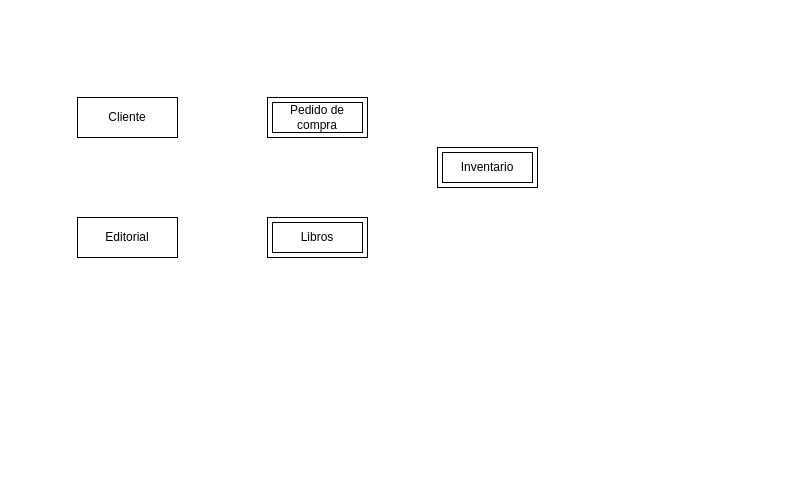
Earlier version of the draw.io diagram Modelo_club_libro.drawio (Daimond92/modelado-club-del-libro). Source tidied: cells renumbered, new cells numbered last; positions are measured from the earlier drawing's top-left corner, leaving out a move shared by most shapes. Both pictures are drawn from the tidied source at 100%, with x=0, y=0 at pixel (77, 97).
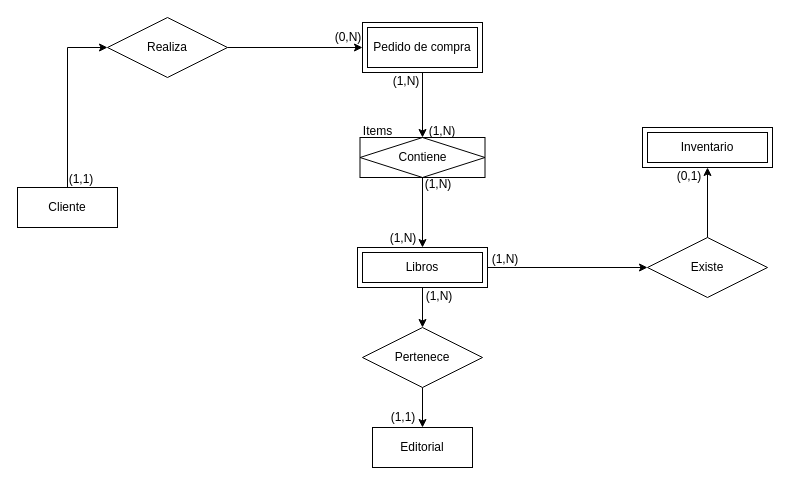
After the change.

Commit message:
Create relation entities

What changed in the source:
```diff
@@
+    <mxCell id="7" style="edgeStyle=orthogonalEdgeStyle;rounded=0;jettySize=auto;html=1;exitX=0.5;exitY=0;exitDx=0;exitDy=0;entryX=0;entryY=0.5;entryDx=0;entryDy=0;" parent="1" edge="1" source="2" target="12">
+      <mxGeometry relative="1" as="geometry" />
+    </mxCell>
     <mxCell id="2" value="Cliente" style="whiteSpace=wrap;html=1;align=center;" parent="1" vertex="1">
-      <mxGeometry width="100" height="40" as="geometry" />
+      <mxGeometry x="-60" y="90" width="100" height="40" as="geometry" />
     </mxCell>
+    <mxCell id="8" style="edgeStyle=orthogonalEdgeStyle;rounded=0;jettySize=auto;html=1;exitX=0.5;exitY=1;exitDx=0;exitDy=0;entryX=0.5;entryY=0;entryDx=0;entryDy=0;" parent="1" edge="1" source="3" target="26">
+      <mxGeometry relative="1" as="geometry" />
+    </mxCell>
     <mxCell id="3" value="Pedido de compra" style="shape=ext;margin=3;double=1;whiteSpace=wrap;html=1;align=center;" parent="1" vertex="1">
-      <mxGeometry x="190" width="100" height="40" as="geometry" />
+      <mxGeometry x="285" y="-75" width="120" height="50" as="geometry" />
     </mxCell>
     <mxCell id="4" value="Editorial" style="whiteSpace=wrap;html=1;align=center;" parent="1" vertex="1">
-      <mxGeometry y="120" width="100" height="40" as="geometry" />
+      <mxGeometry x="295" y="330" width="100" height="40" as="geometry" />
     </mxCell>
+    <mxCell id="9" style="edgeStyle=orthogonalEdgeStyle;rounded=0;jettySize=auto;html=1;exitX=0.5;exitY=1;exitDx=0;exitDy=0;entryX=0.5;entryY=0;entryDx=0;entryDy=0;" parent="1" edge="1" source="5" target="18">
+      <mxGeometry relative="1" as="geometry" />
+    </mxCell>
+    <mxCell id="10" style="edgeStyle=orthogonalEdgeStyle;rounded=0;jettySize=auto;html=1;exitX=1;exitY=0.5;exitDx=0;exitDy=0;entryX=0;entryY=0.5;entryDx=0;entryDy=0;" parent="1" edge="1" source="5" target="22">
+      <mxGeometry relative="1" as="geometry" />
+    </mxCell>
     <mxCell id="5" value="Libros" style="shape=ext;margin=3;double=1;whiteSpace=wrap;html=1;align=center;" parent="1" vertex="1">
-      <mxGeometry x="190" y="120" width="100" height="40" as="geometry" />
+      <mxGeometry x="280" y="150" width="130" height="40" as="geometry" />
     </mxCell>
     <mxCell id="6" value="Inventario" style="shape=ext;margin=3;double=1;whiteSpace=wrap;html=1;align=center;" parent="1" vertex="1">
-      <mxGeometry x="360" y="50" width="100" height="40" as="geometry" />
+      <mxGeometry x="565" y="30" width="130" height="40" as="geometry" />
     </mxCell>
+    <mxCell id="11" style="edgeStyle=orthogonalEdgeStyle;rounded=0;jettySize=auto;html=1;exitX=1;exitY=0.5;exitDx=0;exitDy=0;entryX=0;entryY=0.5;entryDx=0;entryDy=0;" parent="1" edge="1" source="12" target="3">
+      <mxGeometry relative="1" as="geometry" />
+    </mxCell>
+    <mxCell id="12" value="Realiza" style="shape=rhombus;perimeter=rhombusPerimeter;whiteSpace=wrap;html=1;align=center;" parent="1" vertex="1">
+      <mxGeometry x="30" y="-80" width="120" height="60" as="geometry" />
+    </mxCell>
+    <mxCell id="13" value="(1,1)" style="text;html=1;align=center;verticalAlign=middle;whiteSpace=wrap;rounded=0;" parent="1" vertex="1">
+      <mxGeometry x="-26" y="67" width="60" height="30" as="geometry" />
+    </mxCell>
+    <mxCell id="14" value="(0,N)" style="text;html=1;align=center;verticalAlign=middle;whiteSpace=wrap;rounded=0;" parent="1" vertex="1">
+      <mxGeometry x="241" y="-75" width="60" height="30" as="geometry" />
+    </mxCell>
+    <mxCell id="15" value="(1,N)" style="text;html=1;align=center;verticalAlign=middle;whiteSpace=wrap;rounded=0;" parent="1" vertex="1">
+      <mxGeometry x="299" y="-31" width="60" height="30" as="geometry" />
+    </mxCell>
+    <mxCell id="16" value="(1,N)" style="text;html=1;align=center;verticalAlign=middle;whiteSpace=wrap;rounded=0;" parent="1" vertex="1">
+      <mxGeometry x="296" y="126" width="60" height="30" as="geometry" />
+    </mxCell>
+    <mxCell id="17" style="edgeStyle=orthogonalEdgeStyle;rounded=0;jettySize=auto;html=1;exitX=0.5;exitY=1;exitDx=0;exitDy=0;entryX=0.5;entryY=0;entryDx=0;entryDy=0;" parent="1" edge="1" source="18" target="4">
+      <mxGeometry relative="1" as="geometry" />
+    </mxCell>
+    <mxCell id="18" value="Pertenece" style="shape=rhombus;perimeter=rhombusPerimeter;whiteSpace=wrap;html=1;align=center;" parent="1" vertex="1">
+      <mxGeometry x="285" y="230" width="120" height="60" as="geometry" />
+    </mxCell>
+    <mxCell id="19" value="(1,N)" style="text;html=1;align=center;verticalAlign=middle;whiteSpace=wrap;rounded=0;" parent="1" vertex="1">
+      <mxGeometry x="332" y="184" width="60" height="30" as="geometry" />
+    </mxCell>
+    <mxCell id="20" value="(1,1)" style="text;html=1;align=center;verticalAlign=middle;whiteSpace=wrap;rounded=0;" parent="1" vertex="1">
+      <mxGeometry x="296" y="305" width="60" height="30" as="geometry" />
+    </mxCell>
+    <mxCell id="21" style="edgeStyle=orthogonalEdgeStyle;rounded=0;jettySize=auto;html=1;exitX=0.5;exitY=0;exitDx=0;exitDy=0;entryX=0.5;entryY=1;entryDx=0;entryDy=0;" parent="1" edge="1" source="22" target="6">
+      <mxGeometry relative="1" as="geometry" />
+    </mxCell>
+    <mxCell id="22" value="Existe" style="shape=rhombus;perimeter=rhombusPerimeter;whiteSpace=wrap;html=1;align=center;" parent="1" vertex="1">
+      <mxGeometry x="570" y="140" width="120" height="60" as="geometry" />
+    </mxCell>
+    <mxCell id="23" value="(1,N)" style="text;html=1;align=center;verticalAlign=middle;whiteSpace=wrap;rounded=0;" parent="1" vertex="1">
+      <mxGeometry x="398" y="147" width="60" height="30" as="geometry" />
+    </mxCell>
+    <mxCell id="24" value="(0,1)" style="text;html=1;align=center;verticalAlign=middle;whiteSpace=wrap;rounded=0;" parent="1" vertex="1">
+      <mxGeometry x="582" y="64" width="60" height="30" as="geometry" />
+    </mxCell>
+    <mxCell id="25" style="edgeStyle=orthogonalEdgeStyle;rounded=0;jettySize=auto;html=1;" parent="1" edge="1" source="26" target="5">
+      <mxGeometry relative="1" as="geometry" />
+    </mxCell>
+    <mxCell id="26" value="Contiene" style="shape=associativeEntity;whiteSpace=wrap;html=1;align=center;" parent="1" vertex="1">
+      <mxGeometry x="282.5" y="40" width="125" height="40" as="geometry" />
+    </mxCell>
+    <mxCell id="27" value="Items" style="text;html=1;align=center;verticalAlign=middle;strokeColor=none;fillColor=none;" parent="1" vertex="1">
+      <mxGeometry x="275" y="19" width="50" height="30" as="geometry" />
+    </mxCell>
+    <mxCell id="28" value="(1,N)" style="text;html=1;align=center;verticalAlign=middle;whiteSpace=wrap;rounded=0;" parent="1" vertex="1">
+      <mxGeometry x="335" y="19" width="60" height="30" as="geometry" />
+    </mxCell>
+    <mxCell id="29" value="(1,N)" style="text;html=1;align=center;verticalAlign=middle;whiteSpace=wrap;rounded=0;" parent="1" vertex="1">
+      <mxGeometry x="331" y="72" width="60" height="30" as="geometry" />
+    </mxCell>
```
